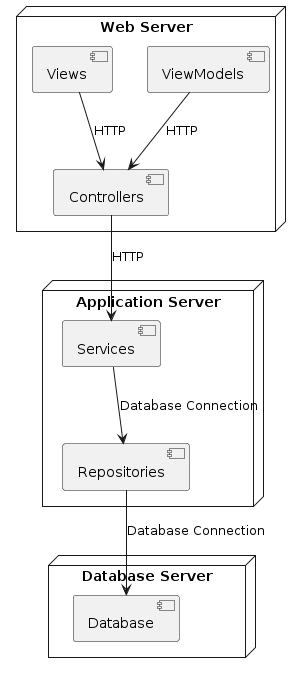
Before: diagrams/distributionDiagram.png, a diagram exported from PlantUML (vkourakos/CVManagerApp).
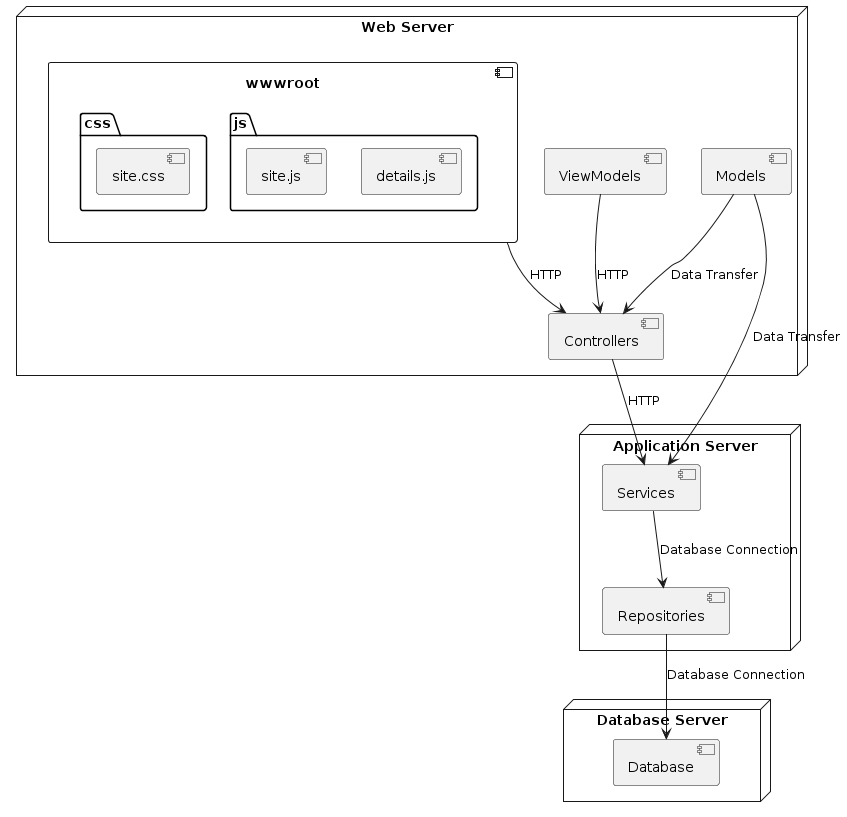
The same diagram one commit later.

Change to the diagram source:
```diff
@@ -1,22 +1,34 @@
 @startuml
 node "Web Server" {
-    component "Views"
+    component "wwwroot" {
+        folder "css" {
+            [site.css]
+        }
+        folder "js" {
+            [site.js]
+            [details.js]
+        }
+    }
     component "Controllers"
     component "ViewModels"
+    component "Models"
 }
 
 node "Application Server" {
     component "Services"
     component "Repositories"
+    component "Models"
 }
 
 node "Database Server" {
     component "Database"
 }
 
-[Views] --> [Controllers] : HTTP
+[wwwroot] --> [Controllers] : HTTP
 [Controllers] --> [Services] : HTTP
 [ViewModels] --> [Controllers] : HTTP
+[Models] --> [Controllers] : Data Transfer
+[Models] --> [Services] : Data Transfer
 
 [Services] --> [Repositories] : Database Connection
 [Repositories] --> [Database] : Database Connection
```
